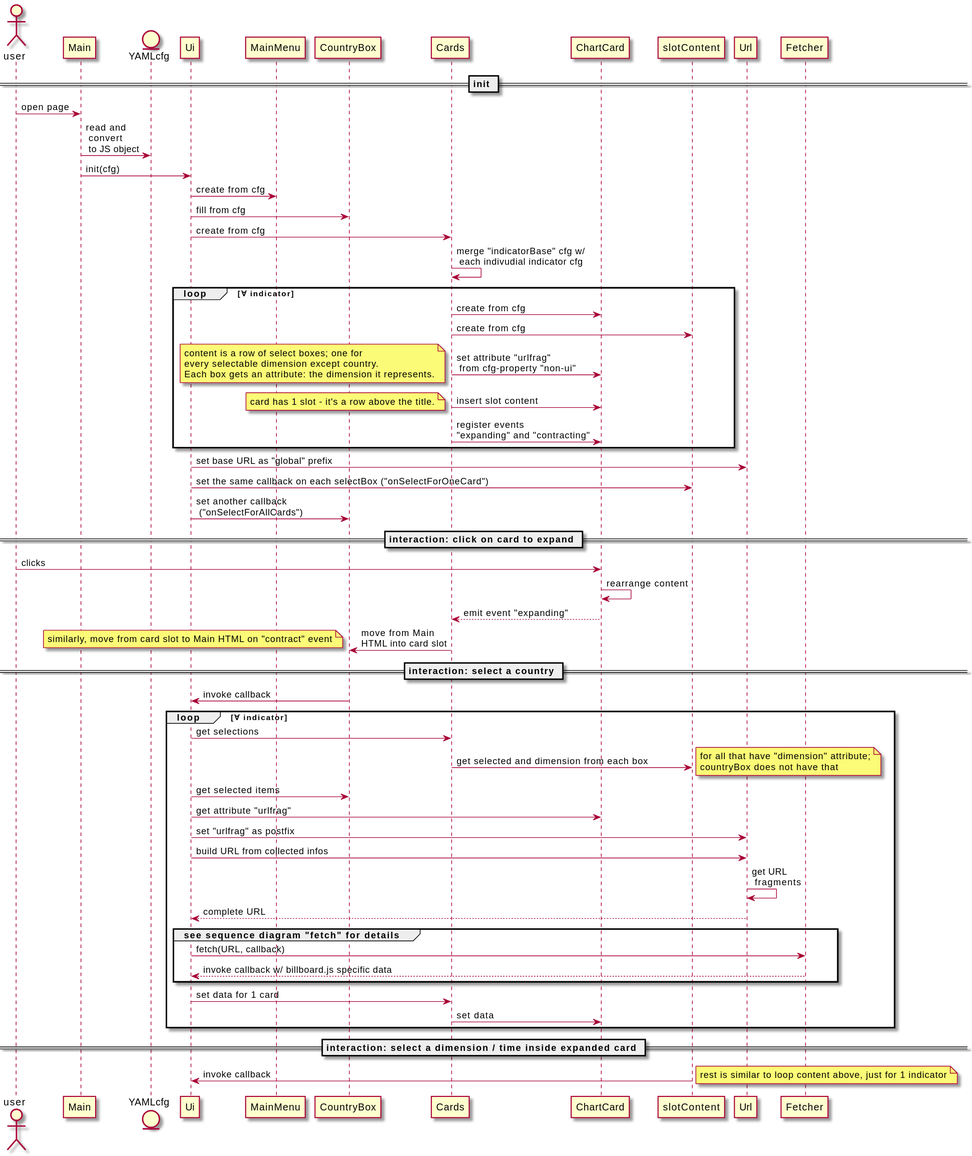
Before: docu/technical/sequence.svg, a diagram exported from PlantUML (kaukana0/dashboard-migration). The source it was exported from:
```plantuml
@startuml sequence

actor user

participant Main
entity      YAMLcfg
participant Ui

== init ==

user -> Main: open page
Main -> YAMLcfg: read and \n convert \n to JS object
Main -> Ui: init(cfg)
Ui -> MainMenu: create from cfg
Ui -> CountryBox: fill from cfg
Ui -> Cards: create from cfg
Cards -> Cards: merge "indicatorBase" cfg w/ \n each indivudial indicator cfg
loop ∀ indicator
Cards -> ChartCard: create from cfg
Cards -> slotContent: create from cfg
Cards -> ChartCard: set attribute "urlfrag" \n from cfg-property "non-ui"
note left
content is a row of select boxes; one for
every selectable dimension except country.
Each box gets an attribute: the dimension it represents.
end note
Cards -> ChartCard: insert slot content
note left
card has 1 slot - it's a row above the title.
end note
Cards -> ChartCard: register events \n"expanding" and "contracting"
end
Ui -> Url: set base URL as "global" prefix
Ui -> slotContent: set the same callback on each selectBox ("onSelectForOneCard")
Ui -> CountryBox: set another callback \n ("onSelectForAllCards")

== interaction: click on card to expand ==

user -> ChartCard: clicks
ChartCard -> ChartCard: rearrange content
ChartCard --> Cards: emit event "expanding"
Cards -> CountryBox: move from Main \nHTML into card slot

note left
similarly, move from card slot to Main HTML on "contract" event
end note

== interaction: select a country ==

CountryBox -> Ui: invoke callback
loop ∀ indicator
  Ui -> Cards: get selections
  Cards -> slotContent: get selected and dimension from each box
  note right
  for all that have "dimension" attribute;
  countryBox does not have that
  end note
  Ui -> CountryBox: get selected items
  Ui -> ChartCard: get attribute "urlfrag"
  Ui -> Url: set "urlfrag" as postfix
  Ui -> Url: build URL from collected infos
  Url -> Url: get URL \n fragments
  Url --> Ui: complete URL
  group see sequence diagram "fetch" for details
    Ui -> Fetcher: fetch(URL, callback)
    Fetcher --> Ui: invoke callback w/ billboard.js specific data
  end
  Ui -> Cards: set data for 1 card
  Cards -> ChartCard: set data
end

== interaction: select a dimension / time inside expanded card ==

slotContent -> Ui: invoke callback
note right: rest is similar to loop content above, just for 1 indicator

@enduml
```
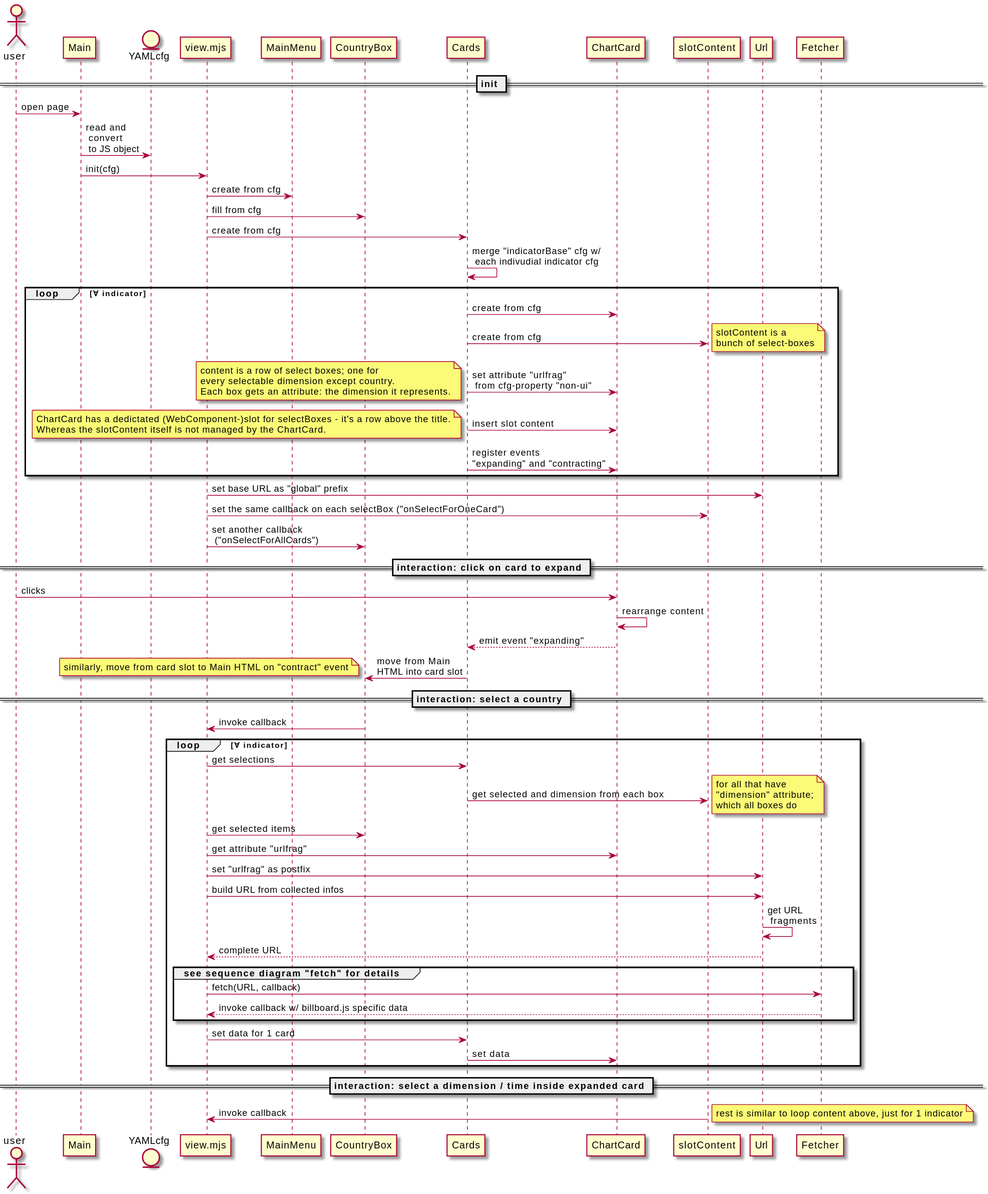
Later version of the same file.

What changed in the source:
```diff
@@ -4,20 +4,24 @@
 
 participant Main
 entity      YAMLcfg
-participant Ui
+participant view.mjs
 
 == init ==
 
 user -> Main: open page
 Main -> YAMLcfg: read and \n convert \n to JS object
-Main -> Ui: init(cfg)
-Ui -> MainMenu: create from cfg
-Ui -> CountryBox: fill from cfg
-Ui -> Cards: create from cfg
+Main -> view.mjs: init(cfg)
+view.mjs -> MainMenu: create from cfg
+view.mjs -> CountryBox: fill from cfg
+view.mjs -> Cards: create from cfg
 Cards -> Cards: merge "indicatorBase" cfg w/ \n each indivudial indicator cfg
 loop ∀ indicator
 Cards -> ChartCard: create from cfg
 Cards -> slotContent: create from cfg
+note right
+slotContent is a
+bunch of select-boxes
+end note
 Cards -> ChartCard: set attribute "urlfrag" \n from cfg-property "non-ui"
 note left
 content is a row of select boxes; one for
@@ -26,13 +30,14 @@
 end note
 Cards -> ChartCard: insert slot content
 note left
-card has 1 slot - it's a row above the title.
+ChartCard has a dedictated (WebComponent-)slot for selectBoxes - it's a row above the title.
+Whereas the slotContent itself is not managed by the ChartCard.
 end note
 Cards -> ChartCard: register events \n"expanding" and "contracting"
 end
-Ui -> Url: set base URL as "global" prefix
-Ui -> slotContent: set the same callback on each selectBox ("onSelectForOneCard")
-Ui -> CountryBox: set another callback \n ("onSelectForAllCards")
+view.mjs -> Url: set base URL as "global" prefix
+view.mjs -> slotContent: set the same callback on each selectBox ("onSelectForOneCard")
+view.mjs -> CountryBox: set another callback \n ("onSelectForAllCards")
 
 == interaction: click on card to expand ==
 
@@ -47,31 +52,32 @@
 
 == interaction: select a country ==
 
-CountryBox -> Ui: invoke callback
+CountryBox -> view.mjs: invoke callback
 loop ∀ indicator
-  Ui -> Cards: get selections
+  view.mjs -> Cards: get selections
   Cards -> slotContent: get selected and dimension from each box
   note right
-  for all that have "dimension" attribute;
-  countryBox does not have that
+  for all that have
+  "dimension" attribute;
+  which all boxes do
   end note
-  Ui -> CountryBox: get selected items
-  Ui -> ChartCard: get attribute "urlfrag"
-  Ui -> Url: set "urlfrag" as postfix
-  Ui -> Url: build URL from collected infos
+  view.mjs -> CountryBox: get selected items
+  view.mjs -> ChartCard: get attribute "urlfrag"
+  view.mjs -> Url: set "urlfrag" as postfix
+  view.mjs -> Url: build URL from collected infos
   Url -> Url: get URL \n fragments
-  Url --> Ui: complete URL
+  Url --> view.mjs: complete URL
   group see sequence diagram "fetch" for details
-    Ui -> Fetcher: fetch(URL, callback)
-    Fetcher --> Ui: invoke callback w/ billboard.js specific data
+    view.mjs -> Fetcher: fetch(URL, callback)
+    Fetcher --> view.mjs: invoke callback w/ billboard.js specific data
   end
-  Ui -> Cards: set data for 1 card
+  view.mjs -> Cards: set data for 1 card
   Cards -> ChartCard: set data
 end
 
 == interaction: select a dimension / time inside expanded card ==
 
-slotContent -> Ui: invoke callback
+slotContent -> view.mjs: invoke callback
 note right: rest is similar to loop content above, just for 1 indicator
 
 @enduml
```
